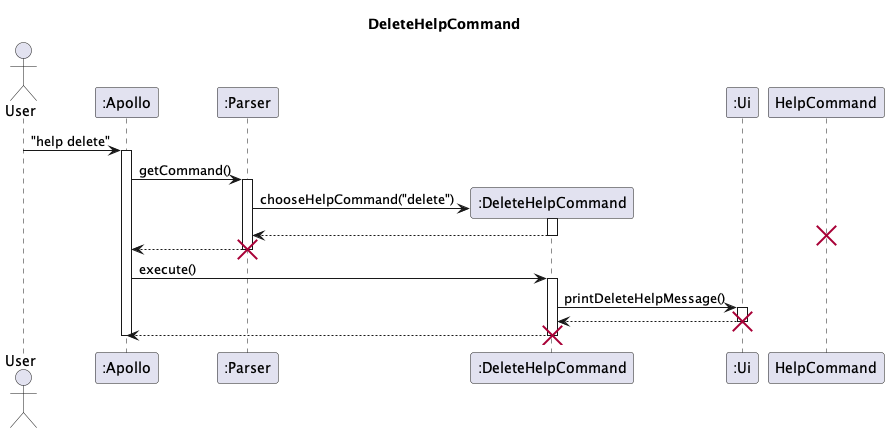
Before: docs/uml-diagrams/DeleteHelpCommand-DeleteHelpCommand.png, a diagram exported from PlantUML (nus-cs2113-AY2223S2/tp).
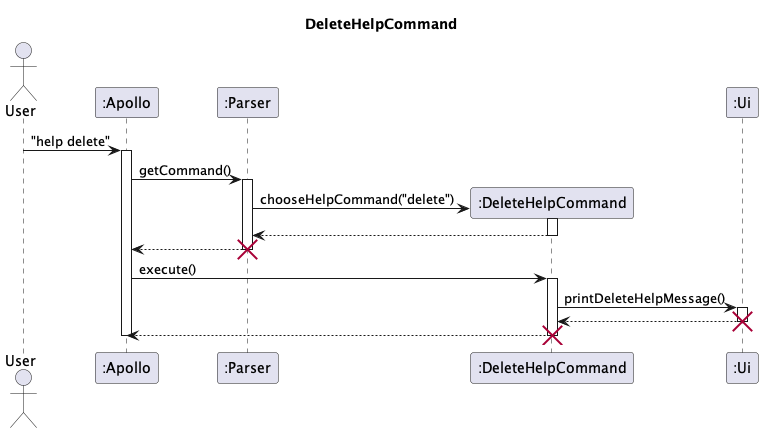
Later version of the same file.

Commit message:
Fixed error in UML ,bug in SpecificHelpCommandTests. Also updated PPP

The edit, as a diff of the source:
```diff
@@ -18,7 +18,7 @@
 activate DeleteHelp
 return
 
-destroy HelpCommand
+
 
 Parser --> Apollo
 deactivate Parser
```
